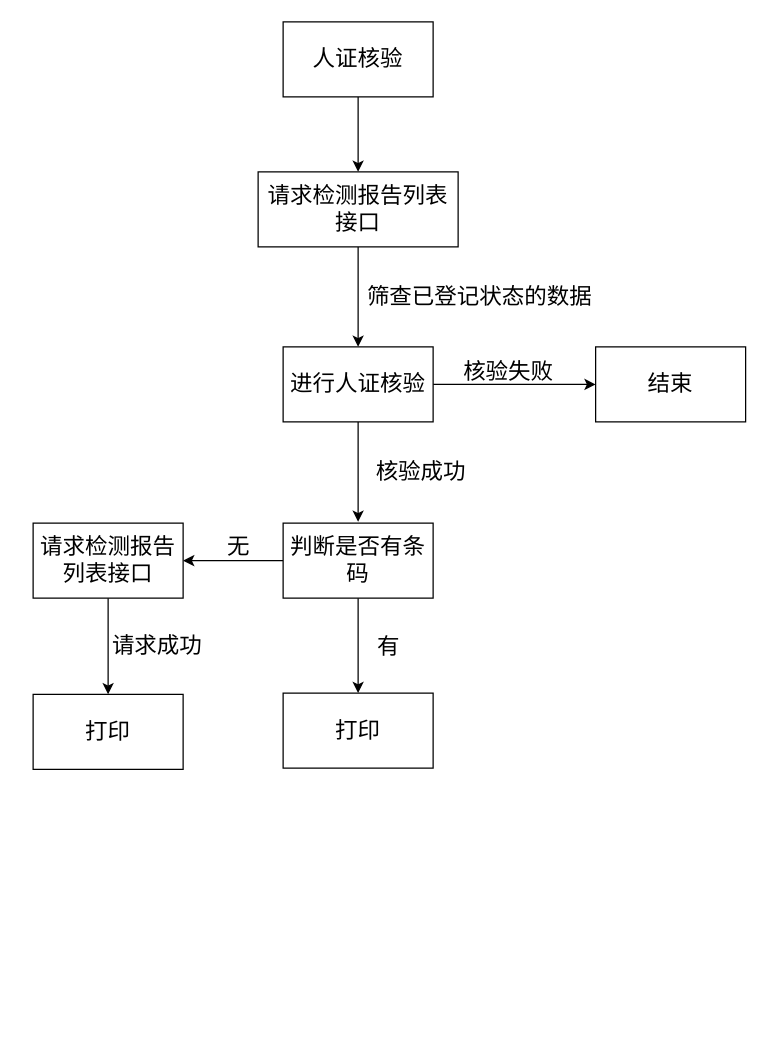
lliecho/test keeps this draw.io diagram as page "人证核验" (3 of 6) of 广纳达康吸毒检测管理APP软件结构图.drawio. Above is the earlier version. Source tidied: cells renumbered, new cells numbered last; positions are measured from the earlier drawing's top-left corner, leaving out a move shared by most shapes. Both pictures are drawn from the tidied source at 125%, with x=0, y=0 at pixel (32, 21).
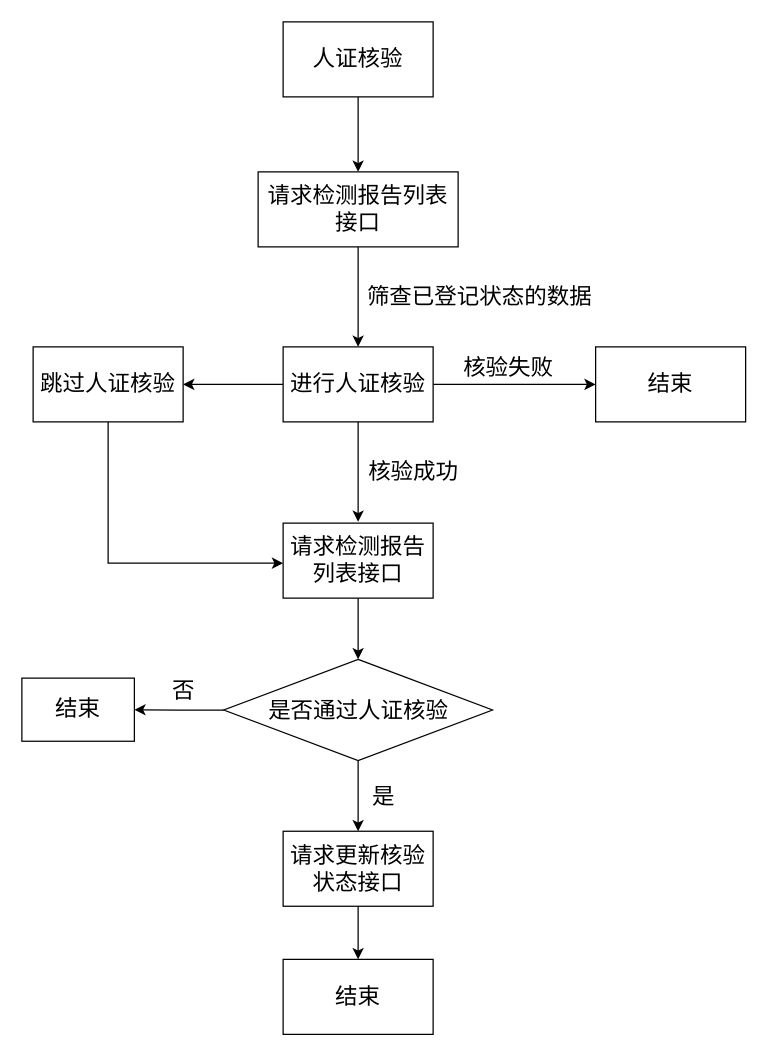
The same page after the edit.

Unchanged cells that the change refers to:
```xml
<mxCell id="8" value="进行人证核验" style="whiteSpace=wrap;html=1;fontSize=18;rounded=0;" parent="1" vertex="1">
  <mxGeometry x="200" y="260" width="120" height="60" as="geometry" />
</mxCell>
```

Diff of the diagram source:
```diff
@@
+    <mxCell id="23" style="edgeStyle=orthogonalEdgeStyle;rounded=0;jettySize=auto;html=1;" parent="1" edge="1" source="8" target="26">
+      <mxGeometry relative="1" as="geometry" />
+    </mxCell>
@@
     <mxCell id="10" value="核验失败" style="text;html=1;align=center;verticalAlign=middle;strokeColor=none;fillColor=none;fontSize=18;" parent="1" vertex="1">
-      <mxGeometry x="330" y="260" width="100" height="40" as="geometry" />
+      <mxGeometry x="330" y="257" width="100" height="40" as="geometry" />
     </mxCell>
     <mxCell id="11" value="核验成功" style="text;html=1;align=center;verticalAlign=middle;strokeColor=none;fillColor=none;fontSize=18;" parent="1" vertex="1">
-      <mxGeometry x="260" y="340" width="100" height="40" as="geometry" />
+      <mxGeometry x="254" y="340" width="100" height="40" as="geometry" />
     </mxCell>
-    <mxCell id="12" style="edgeStyle=orthogonalEdgeStyle;rounded=0;jettySize=auto;html=1;fontSize=18;" parent="1" edge="1" source="14" target="15">
-      <mxGeometry relative="1" as="geometry" />
-    </mxCell>
-    <mxCell id="13" style="edgeStyle=orthogonalEdgeStyle;rounded=0;jettySize=auto;html=1;fontSize=18;" parent="1" edge="1" source="14" target="18">
-      <mxGeometry relative="1" as="geometry" />
-    </mxCell>
+    <mxCell id="24" style="edgeStyle=orthogonalEdgeStyle;rounded=0;jettySize=auto;html=1;" parent="1" edge="1" source="14" target="29">
+      <mxGeometry relative="1" as="geometry" />
+    </mxCell>
-    <mxCell id="14" value="判断是否有条码" style="whiteSpace=wrap;html=1;fontSize=18;rounded=0;" parent="1" vertex="1">
+    <mxCell id="14" value="请求检测报告列表接口" style="whiteSpace=wrap;html=1;fontSize=18;rounded=0;" parent="1" vertex="1">
       <mxGeometry x="200" y="401" width="120" height="60" as="geometry" />
     </mxCell>
-    <mxCell id="15" value="打印" style="whiteSpace=wrap;html=1;fontSize=18;rounded=0;" parent="1" vertex="1">
-      <mxGeometry x="200" y="537" width="120" height="60" as="geometry" />
-    </mxCell>
-    <mxCell id="16" value="有" style="text;html=1;align=center;verticalAlign=middle;strokeColor=none;fillColor=none;fontSize=18;" parent="1" vertex="1">
-      <mxGeometry x="264" y="480" width="40" height="40" as="geometry" />
-    </mxCell>
-    <mxCell id="17" style="edgeStyle=orthogonalEdgeStyle;rounded=0;jettySize=auto;html=1;fontSize=18;" parent="1" edge="1" source="18" target="19">
-      <mxGeometry relative="1" as="geometry" />
-    </mxCell>
-    <mxCell id="18" value="请求检测报告列表接口" style="whiteSpace=wrap;html=1;fontSize=18;rounded=0;" parent="1" vertex="1">
-      <mxGeometry y="401" width="120" height="60" as="geometry" />
-    </mxCell>
-    <mxCell id="19" value="打印" style="whiteSpace=wrap;html=1;fontSize=18;rounded=0;" parent="1" vertex="1">
-      <mxGeometry y="538" width="120" height="60" as="geometry" />
-    </mxCell>
-    <mxCell id="20" value="无" style="text;html=1;align=center;verticalAlign=middle;strokeColor=none;fillColor=none;fontSize=18;" parent="1" vertex="1">
-      <mxGeometry x="144" y="400" width="40" height="40" as="geometry" />
-    </mxCell>
-    <mxCell id="21" value="请求成功" style="text;html=1;align=center;verticalAlign=middle;strokeColor=none;fillColor=none;fontSize=18;" parent="1" vertex="1">
-      <mxGeometry x="49" y="479" width="100" height="40" as="geometry" />
-    </mxCell>
@@
+    <mxCell id="25" style="edgeStyle=orthogonalEdgeStyle;rounded=0;jettySize=auto;html=1;entryX=0;entryY=0.75;entryDx=0;entryDy=0;exitX=0.5;exitY=1;exitDx=0;exitDy=0;" parent="1" edge="1" source="26">
+      <mxGeometry relative="1" as="geometry">
+        <mxPoint x="200" y="433" as="targetPoint" />
+        <Array as="points">
+          <mxPoint x="60" y="433" />
+        </Array>
+      </mxGeometry>
+    </mxCell>
+    <mxCell id="26" value="跳过人证核验" style="whiteSpace=wrap;html=1;fontSize=18;rounded=0;" parent="1" vertex="1">
+      <mxGeometry y="260" width="120" height="60" as="geometry" />
+    </mxCell>
+    <mxCell id="27" style="edgeStyle=orthogonalEdgeStyle;rounded=0;jettySize=auto;html=1;" parent="1" edge="1" source="29" target="30">
+      <mxGeometry relative="1" as="geometry" />
+    </mxCell>
+    <mxCell id="28" style="edgeStyle=orthogonalEdgeStyle;rounded=0;jettySize=auto;html=1;fontSize=18;" parent="1" edge="1" source="29" target="33">
+      <mxGeometry relative="1" as="geometry" />
+    </mxCell>
+    <mxCell id="29" value="是否通过人证核验" style="rhombus;whiteSpace=wrap;html=1;fontSize=18;rounded=0;" parent="1" vertex="1">
+      <mxGeometry x="152.5" y="510" width="215" height="81" as="geometry" />
+    </mxCell>
+    <mxCell id="30" value="结束" style="whiteSpace=wrap;html=1;fontSize=18;rounded=0;" parent="1" vertex="1">
+      <mxGeometry x="-9" y="525" width="90" height="50.5" as="geometry" />
+    </mxCell>
+    <mxCell id="31" value="&lt;font style=&quot;font-size: 18px;&quot;&gt;否&lt;/font&gt;" style="text;html=1;align=center;verticalAlign=middle;strokeColor=none;fillColor=none;" parent="1" vertex="1">
+      <mxGeometry x="100" y="515" width="40" height="40" as="geometry" />
+    </mxCell>
+    <mxCell id="32" style="edgeStyle=orthogonalEdgeStyle;rounded=0;jettySize=auto;html=1;fontSize=18;" parent="1" edge="1" source="33" target="35">
+      <mxGeometry relative="1" as="geometry" />
+    </mxCell>
+    <mxCell id="33" value="请求更新核验状态接口" style="whiteSpace=wrap;html=1;fontSize=18;rounded=0;" parent="1" vertex="1">
+      <mxGeometry x="200" y="647.5" width="120" height="60" as="geometry" />
+    </mxCell>
+    <mxCell id="34" value="是" style="text;html=1;align=center;verticalAlign=middle;strokeColor=none;fillColor=none;fontSize=18;" parent="1" vertex="1">
+      <mxGeometry x="260" y="600" width="40" height="40" as="geometry" />
+    </mxCell>
+    <mxCell id="35" value="结束" style="whiteSpace=wrap;html=1;fontSize=18;rounded=0;" parent="1" vertex="1">
+      <mxGeometry x="200" y="750" width="120" height="60" as="geometry" />
+    </mxCell>
```
